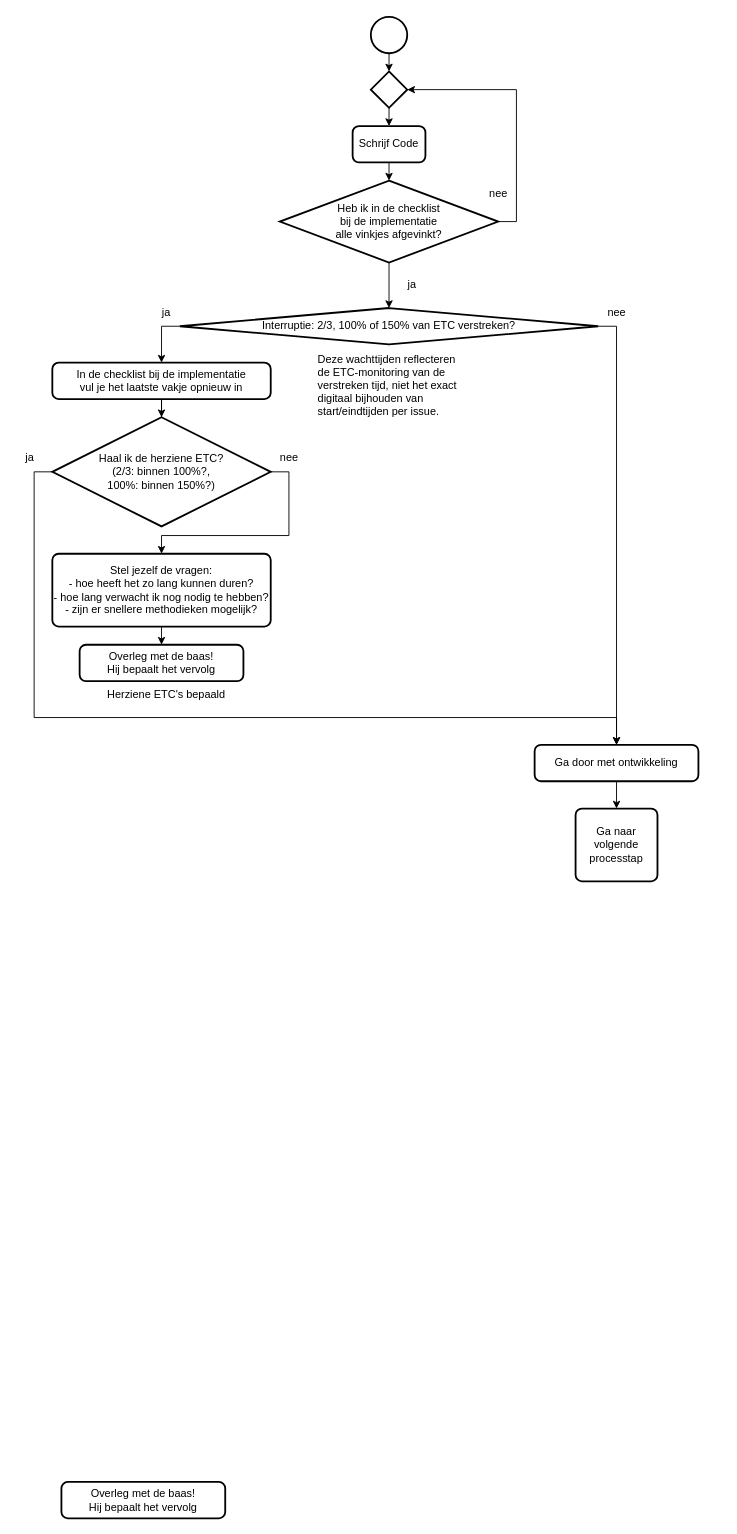
Above: 4 Issue Tracker implementatie.drawio in Zaibatsu89/IssueTracker (draw.io), before the change. Source tidied: cells renumbered, new cells numbered last; positions are measured from the earlier drawing's top-left corner, leaving out a move shared by most shapes. Both pictures are drawn from the tidied source at 91%, with x=0, y=0 at pixel (15, 16).
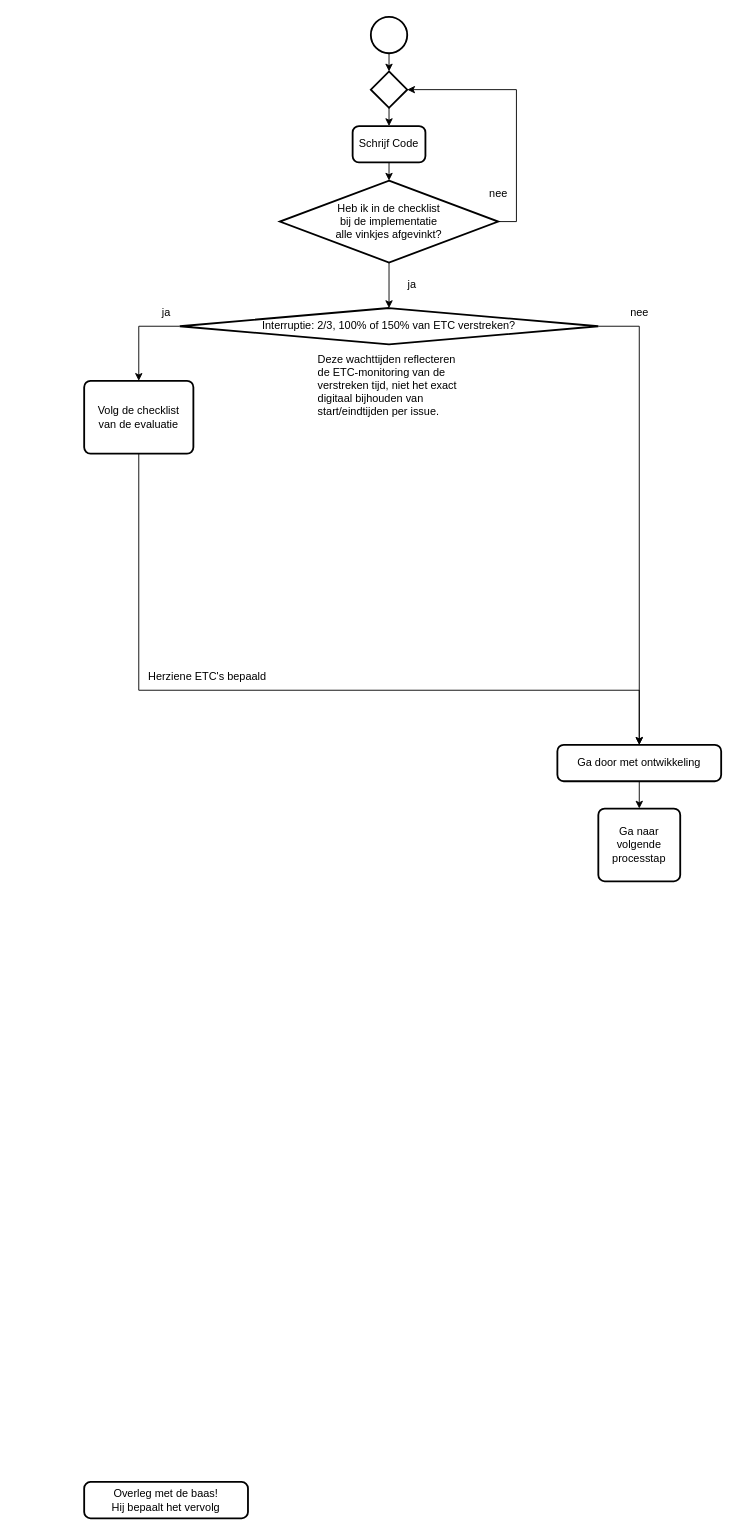
The same diagram, later.

Commit message (it also covers changes not shown here):
"Volg de checklist van de evaluatie" in analyse flowchart, na "Wacht 2/3 ETC..."

Change to the diagram source:
```diff
@@
-    <mxCell id="15" style="edgeStyle=orthogonalEdgeStyle;rounded=0;jettySize=auto;html=1;" parent="1" edge="1" source="16" target="31">
-      <mxGeometry relative="1" as="geometry" />
-    </mxCell>
-    <mxCell id="16" value="In de checklist bij de implementatie&lt;br&gt;vul je het laatste vakje opnieuw in" style="rounded=1;whiteSpace=wrap;html=1;absoluteArcSize=1;arcSize=14;strokeWidth=2;" parent="1" vertex="1">
-      <mxGeometry x="40" y="380" width="240" height="40" as="geometry" />
+    <mxCell id="16" value="Volg de checklist&lt;br&gt;van de evaluatie" style="rounded=1;whiteSpace=wrap;html=1;absoluteArcSize=1;arcSize=14;strokeWidth=2;" parent="1" vertex="1">
+      <mxGeometry x="75" y="400" width="120" height="80" as="geometry" />
     </mxCell>
@@
     <mxCell id="19" value="Ga door met ontwikkeling" style="rounded=1;whiteSpace=wrap;html=1;absoluteArcSize=1;arcSize=14;strokeWidth=2;" parent="1" vertex="1">
-      <mxGeometry x="570" y="800" width="180" height="40" as="geometry" />
+      <mxGeometry x="595" y="800" width="180" height="40" as="geometry" />
     </mxCell>
     <mxCell id="20" value="nee" style="text;html=1;align=center;verticalAlign=middle;strokeColor=none;fillColor=none;" parent="1" vertex="1">
-      <mxGeometry x="640" y="310" width="40" height="30" as="geometry" />
+      <mxGeometry x="665" y="310" width="40" height="30" as="geometry" />
     </mxCell>
     <mxCell id="21" value="Ga naar&lt;br&gt;volgende&lt;br&gt;processtap" style="rounded=1;whiteSpace=wrap;html=1;absoluteArcSize=1;arcSize=14;strokeWidth=2;" parent="1" vertex="1">
-      <mxGeometry x="615" y="870" width="90" height="80" as="geometry" />
+      <mxGeometry x="640" y="870" width="90" height="80" as="geometry" />
     </mxCell>
-    <mxCell id="22" style="edgeStyle=orthogonalEdgeStyle;rounded=0;jettySize=auto;html=1;exitX=0.5;exitY=1;exitDx=0;exitDy=0;entryX=0.5;entryY=0;entryDx=0;entryDy=0;" parent="1" edge="1" source="23" target="24">
-      <mxGeometry relative="1" as="geometry" />
-    </mxCell>
-    <mxCell id="23" value="Stel jezelf de vragen:&lt;br&gt;- hoe heeft het zo lang kunnen duren?&lt;br&gt;- hoe lang verwacht ik nog nodig te hebben?&lt;br&gt;- zijn er snellere methodieken mogelijk?" style="rounded=1;whiteSpace=wrap;html=1;absoluteArcSize=1;arcSize=14;strokeWidth=2;" parent="1" vertex="1">
-      <mxGeometry x="40" y="590" width="240" height="80" as="geometry" />
-    </mxCell>
-    <mxCell id="24" value="Overleg met de baas!&lt;br&gt;Hij bepaalt het vervolg" style="rounded=1;whiteSpace=wrap;html=1;absoluteArcSize=1;arcSize=14;strokeWidth=2;" parent="1" vertex="1">
-      <mxGeometry x="70" y="690" width="180" height="40" as="geometry" />
-    </mxCell>
     <mxCell id="25" value="Overleg met de baas!&lt;br&gt;Hij bepaalt het vervolg" style="rounded=1;whiteSpace=wrap;html=1;absoluteArcSize=1;arcSize=14;strokeWidth=2;" parent="1" vertex="1">
-      <mxGeometry x="50" y="1610" width="180" height="40" as="geometry" />
+      <mxGeometry x="75" y="1610" width="180" height="40" as="geometry" />
     </mxCell>
@@
     <mxCell id="28" value="Herziene ETC's bepaald" style="text;html=1;align=center;verticalAlign=middle;strokeColor=none;fillColor=none;" parent="1" vertex="1">
-      <mxGeometry x="90" y="730" width="150" height="30" as="geometry" />
+      <mxGeometry x="135" y="710" width="150" height="30" as="geometry" />
     </mxCell>
-    <mxCell id="29" style="edgeStyle=orthogonalEdgeStyle;rounded=0;jettySize=auto;html=1;exitX=1;exitY=0.5;exitDx=0;exitDy=0;exitPerimeter=0;entryX=0.5;entryY=0;entryDx=0;entryDy=0;" parent="1" edge="1" source="31" target="23">
-      <mxGeometry relative="1" as="geometry">
-        <Array as="points">
-          <mxPoint x="300" y="500" />
-          <mxPoint x="300" y="570" />
-          <mxPoint x="160" y="570" />
-        </Array>
-      </mxGeometry>
-    </mxCell>
-    <mxCell id="30" style="edgeStyle=orthogonalEdgeStyle;rounded=0;jettySize=auto;html=1;exitX=0;exitY=0.5;exitDx=0;exitDy=0;exitPerimeter=0;entryX=0.5;entryY=0;entryDx=0;entryDy=0;" parent="1" edge="1" source="31" target="19">
+    <mxCell id="30" style="edgeStyle=orthogonalEdgeStyle;rounded=0;jettySize=auto;html=1;entryX=0.5;entryY=0;entryDx=0;entryDy=0;exitX=0.5;exitY=1;exitDx=0;exitDy=0;" parent="1" edge="1" source="16" target="19">
       <mxGeometry relative="1" as="geometry">
         <Array as="points">
-          <mxPoint x="20" y="500" />
-          <mxPoint x="20" y="770" />
-          <mxPoint x="660" y="770" />
+          <mxPoint x="135" y="740" />
+          <mxPoint x="685" y="740" />
         </Array>
       </mxGeometry>
     </mxCell>
-    <mxCell id="31" value="Haal ik de herziene ETC?&lt;br&gt;(2/3: binnen 100%?,&lt;br&gt;100%: binnen 150%?)" style="strokeWidth=2;html=1;shape=mxgraph.flowchart.decision;whiteSpace=wrap;" parent="1" vertex="1">
-      <mxGeometry x="40" y="440" width="240" height="120" as="geometry" />
-    </mxCell>
-    <mxCell id="32" value="nee" style="text;html=1;align=center;verticalAlign=middle;strokeColor=none;fillColor=none;" parent="1" vertex="1">
-      <mxGeometry x="280" y="470" width="40" height="30" as="geometry" />
-    </mxCell>
-    <mxCell id="33" value="ja" style="text;html=1;align=center;verticalAlign=middle;strokeColor=none;fillColor=none;" parent="1" vertex="1">
-      <mxGeometry y="470" width="30" height="30" as="geometry" />
-    </mxCell>
```
